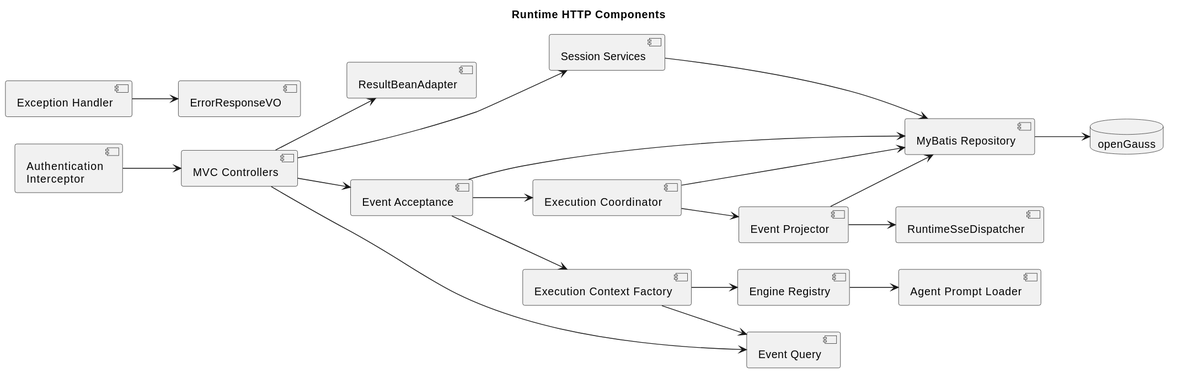
2862282695gjh-afk/pi-mono-java keeps this PlantUML diagram as docs/designs/coding-agent-cli/runtime-http-components.svg. Above is the earlier version.
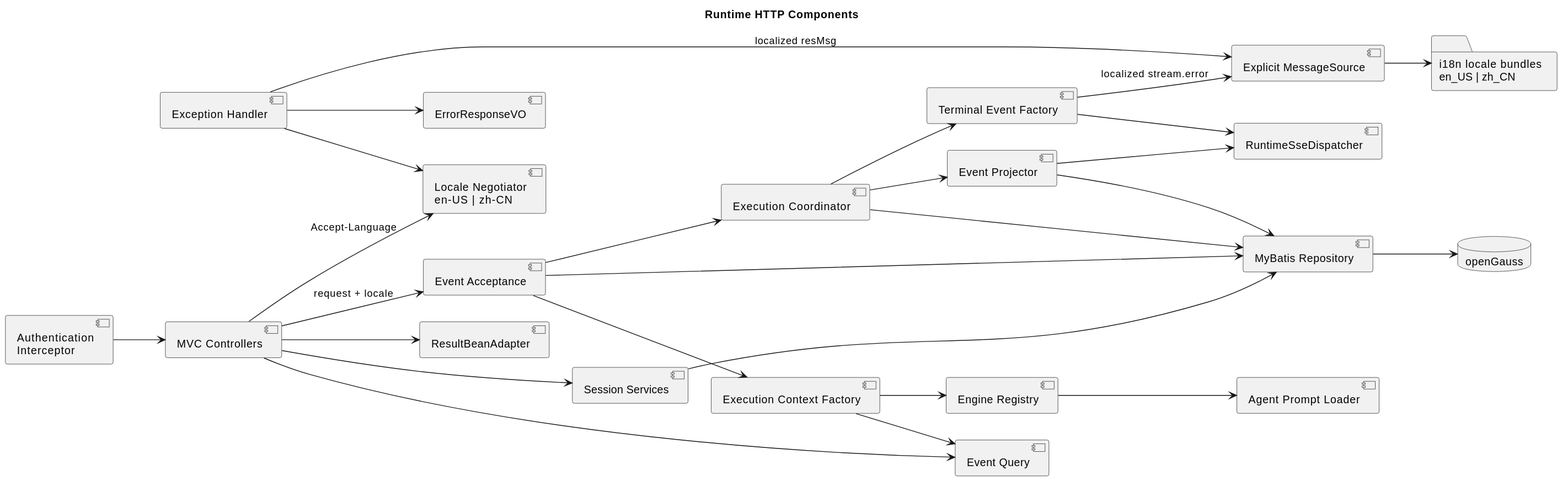
Above is the later version.

Commit message:
docs(runtime-api): 明确国际化资源包设计

What changed in the source:
```diff
@@ -5,14 +5,18 @@
 
 component "MVC Controllers" as Controllers
 component "Authentication\nInterceptor" as Auth
+component "Locale Negotiator\nen-US | zh-CN" as LocaleNegotiator
 component "Exception Handler" as Errors
 component "ResultBeanAdapter" as Result
 component "ErrorResponseVO" as ErrorBody
+component "Explicit MessageSource" as MessageSource
+folder "i18n locale bundles\nen_US | zh_CN" as Bundles
 component "Session Services" as Sessions
 component "Event Acceptance" as Events
 component "Event Query" as Queries
 component "Execution Context Factory" as Context
 component "Execution Coordinator" as Coordinator
+component "Terminal Event Factory" as TerminalEvents
 component "Event Projector" as Projector
 component "RuntimeSseDispatcher" as Sse
 component "Engine Registry" as Engine
@@ -21,19 +25,26 @@
 database "openGauss" as Db
 
 Auth --> Controllers
+Controllers --> LocaleNegotiator : Accept-Language
 Controllers --> Sessions
-Controllers --> Events
+Controllers --> Events : request + locale
 Controllers --> Queries
 Controllers --> Result
+Errors --> LocaleNegotiator
+Errors --> MessageSource : localized resMsg
 Errors --> ErrorBody
+MessageSource --> Bundles
 Sessions --> Repository
 Events --> Repository
 Events --> Context
 Events --> Coordinator
 Context --> Queries
 Context --> Engine
+Coordinator --> TerminalEvents
 Coordinator --> Projector
 Coordinator --> Repository
+TerminalEvents --> MessageSource : localized stream.error
+TerminalEvents --> Sse
 Projector --> Repository
 Projector --> Sse
 Engine --> Prompt
```
